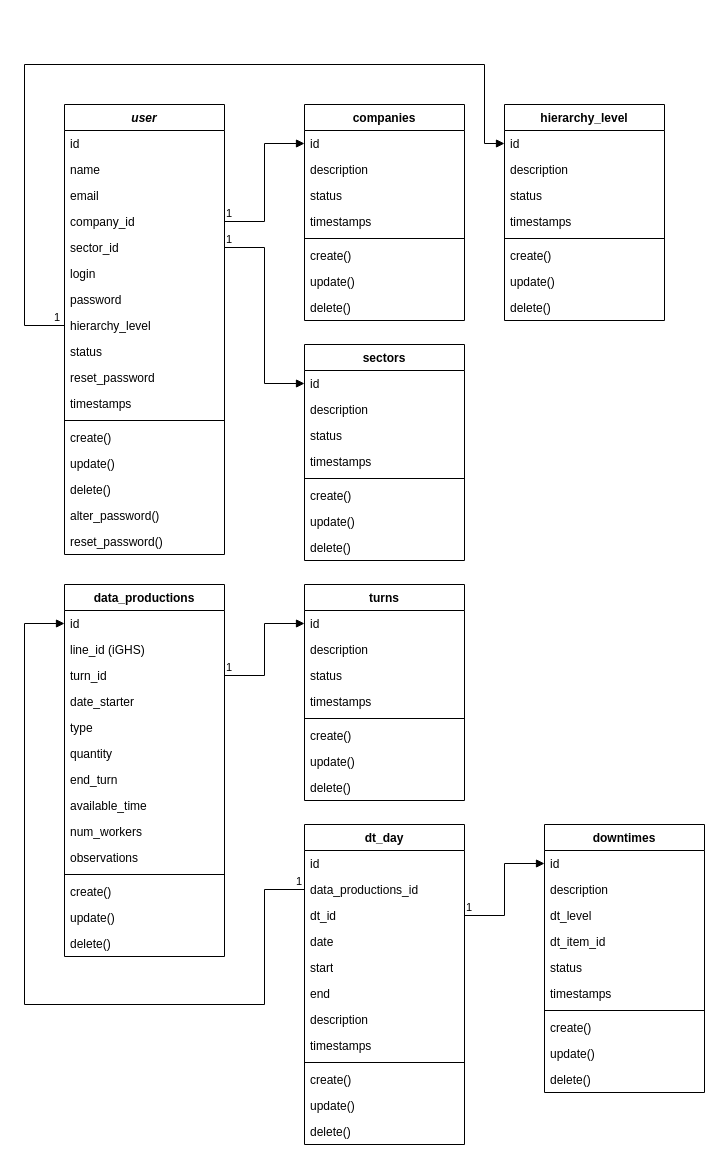
Before: Diagrama de classe.drawio in Lucs-Ferreira/sumidenso, a draw.io diagram. Source tidied: cells renumbered, new cells numbered last; positions are measured from the earlier drawing's top-left corner, leaving out a move shared by most shapes. Both pictures are drawn from the tidied source at 100%, with x=0, y=0 at pixel (24, 64).
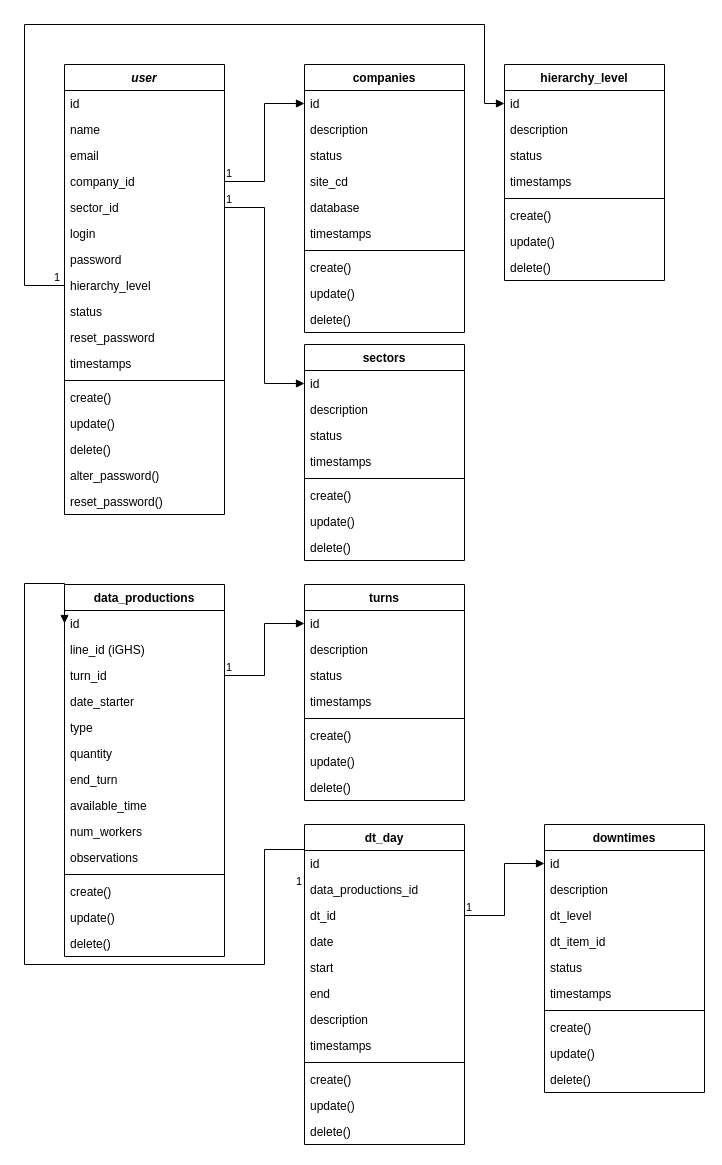
The same page after the edit.

The change refers to these unchanged cells:
```xml
<mxCell id="10" value="hierarchy_level" style="text;strokeColor=none;fillColor=none;align=left;verticalAlign=top;spacingLeft=4;spacingRight=4;overflow=hidden;points=[[0,0.5],[1,0.5]];portConstraint=eastwest;whiteSpace=wrap;html=1;" parent="2" vertex="1">
  <mxGeometry y="208" width="160" height="26" as="geometry" />
</mxCell>
<mxCell id="43" value="id" style="text;strokeColor=none;fillColor=none;align=left;verticalAlign=top;spacingLeft=4;spacingRight=4;overflow=hidden;points=[[0,0.5],[1,0.5]];portConstraint=eastwest;whiteSpace=wrap;html=1;" parent="42" vertex="1">
  <mxGeometry y="26" width="160" height="26" as="geometry" />
</mxCell>
<mxCell id="54" value="id" style="text;strokeColor=none;fillColor=none;align=left;verticalAlign=top;spacingLeft=4;spacingRight=4;overflow=hidden;points=[[0,0.5],[1,0.5]];portConstraint=eastwest;whiteSpace=wrap;html=1;" parent="53" vertex="1">
  <mxGeometry y="26" width="160" height="26" as="geometry" />
</mxCell>
<mxCell id="92" value="data_productions_id" style="text;strokeColor=none;fillColor=none;align=left;verticalAlign=top;spacingLeft=4;spacingRight=4;overflow=hidden;points=[[0,0.5],[1,0.5]];portConstraint=eastwest;whiteSpace=wrap;html=1;" parent="90" vertex="1">
  <mxGeometry y="52" width="160" height="26" as="geometry" />
</mxCell>
```

Diff of the diagram source:
```diff
@@
     <mxCell id="2" value="user" style="swimlane;fontStyle=3;align=center;verticalAlign=top;horizontal=1;startSize=26;rounded=0;shadow=0;strokeWidth=1;" parent="1" vertex="1">
-      <mxGeometry x="40" y="40" width="160" height="450" as="geometry" />
+      <mxGeometry x="40" width="160" height="450" as="geometry" />
     </mxCell>
@@
     <mxCell id="20" value="companies" style="swimlane;fontStyle=1;align=center;verticalAlign=top;horizontal=1;startSize=26;whiteSpace=wrap;html=1;" parent="1" vertex="1">
-      <mxGeometry x="280" y="40" width="160" height="216" as="geometry" />
+      <mxGeometry x="280" width="160" height="268" as="geometry" />
     </mxCell>
@@
+    <mxCell id="107" value="site_cd" style="text;strokeColor=none;fillColor=none;align=left;verticalAlign=top;spacingLeft=4;spacingRight=4;overflow=hidden;whiteSpace=wrap;html=1;" parent="20" vertex="1">
+      <mxGeometry y="104" width="160" height="26" as="geometry" />
+    </mxCell>
+    <mxCell id="108" value="database" style="text;strokeColor=none;fillColor=none;align=left;verticalAlign=top;spacingLeft=4;spacingRight=4;overflow=hidden;whiteSpace=wrap;html=1;" parent="20" vertex="1">
+      <mxGeometry y="130" width="160" height="26" as="geometry" />
+    </mxCell>
     <mxCell id="24" value="timestamps" style="text;strokeColor=none;fillColor=none;align=left;verticalAlign=top;spacingLeft=4;spacingRight=4;overflow=hidden;whiteSpace=wrap;html=1;" parent="20" vertex="1">
-      <mxGeometry y="104" width="160" height="26" as="geometry" />
+      <mxGeometry y="156" width="160" height="26" as="geometry" />
     </mxCell>
     <mxCell id="25" style="line;strokeWidth=1;fillColor=none;align=left;verticalAlign=middle;spacingTop=-1;spacingLeft=3;spacingRight=3;labelPosition=right;strokeColor=inherit;" parent="20" vertex="1">
-      <mxGeometry y="130" width="160" height="8" as="geometry" />
+      <mxGeometry y="182" width="160" height="8" as="geometry" />
     </mxCell>
     <mxCell id="26" value="&lt;span style=&quot;text-wrap-mode: nowrap;&quot;&gt;create()&lt;/span&gt;" style="text;strokeColor=none;fillColor=none;align=left;verticalAlign=top;spacingLeft=4;spacingRight=4;overflow=hidden;whiteSpace=wrap;html=1;" parent="20" vertex="1">
-      <mxGeometry y="138" width="160" height="26" as="geometry" />
+      <mxGeometry y="190" width="160" height="26" as="geometry" />
     </mxCell>
     <mxCell id="27" value="update()" style="text;strokeColor=none;fillColor=none;align=left;verticalAlign=top;spacingLeft=4;spacingRight=4;overflow=hidden;whiteSpace=wrap;html=1;" parent="20" vertex="1">
-      <mxGeometry y="164" width="160" height="26" as="geometry" />
+      <mxGeometry y="216" width="160" height="26" as="geometry" />
     </mxCell>
     <mxCell id="28" value="delete()" style="text;strokeColor=none;fillColor=none;align=left;verticalAlign=top;spacingLeft=4;spacingRight=4;overflow=hidden;whiteSpace=wrap;html=1;" parent="20" vertex="1">
-      <mxGeometry y="190" width="160" height="26" as="geometry" />
+      <mxGeometry y="242" width="160" height="26" as="geometry" />
     </mxCell>
@@
     <mxCell id="42" value="&lt;span style=&quot;text-align: left;&quot;&gt;hierarchy_level&lt;/span&gt;" style="swimlane;fontStyle=1;align=center;verticalAlign=top;horizontal=1;startSize=26;whiteSpace=wrap;html=1;" parent="1" vertex="1">
-      <mxGeometry x="480" y="40" width="160" height="216" as="geometry" />
+      <mxGeometry x="480" width="160" height="216" as="geometry" />
     </mxCell>
@@
     <mxCell id="51" style="endArrow=block;endFill=1;html=1;edgeStyle=orthogonalEdgeStyle;align=left;verticalAlign=top;rounded=0;exitX=0;exitY=0.5;exitDx=0;exitDy=0;entryX=0;entryY=0.5;entryDx=0;entryDy=0;" parent="1" edge="1" source="10" target="43">
       <mxGeometry x="-1" relative="1" as="geometry">
         <Array as="points">
-          <mxPoint y="261" />
-          <mxPoint />
-          <mxPoint x="460" />
-          <mxPoint x="460" y="79" />
+          <mxPoint y="221" />
+          <mxPoint y="-40" />
+          <mxPoint x="460" y="-40" />
+          <mxPoint x="460" y="39" />
         </Array>
       </mxGeometry>
     </mxCell>
@@
     <mxCell id="103" style="endArrow=block;endFill=1;html=1;edgeStyle=orthogonalEdgeStyle;align=left;verticalAlign=top;rounded=0;exitX=0;exitY=0.5;exitDx=0;exitDy=0;entryX=0;entryY=0.5;entryDx=0;entryDy=0;" parent="1" edge="1" source="92" target="54">
       <mxGeometry x="-1" relative="1" as="geometry">
         <Array as="points">
-          <mxPoint x="240" y="825" />
-          <mxPoint x="240" y="940" />
-          <mxPoint y="940" />
-          <mxPoint y="559" />
+          <mxPoint x="240" y="785" />
+          <mxPoint x="240" y="900" />
+          <mxPoint y="900" />
+          <mxPoint y="519" />
         </Array>
       </mxGeometry>
     </mxCell>
```
